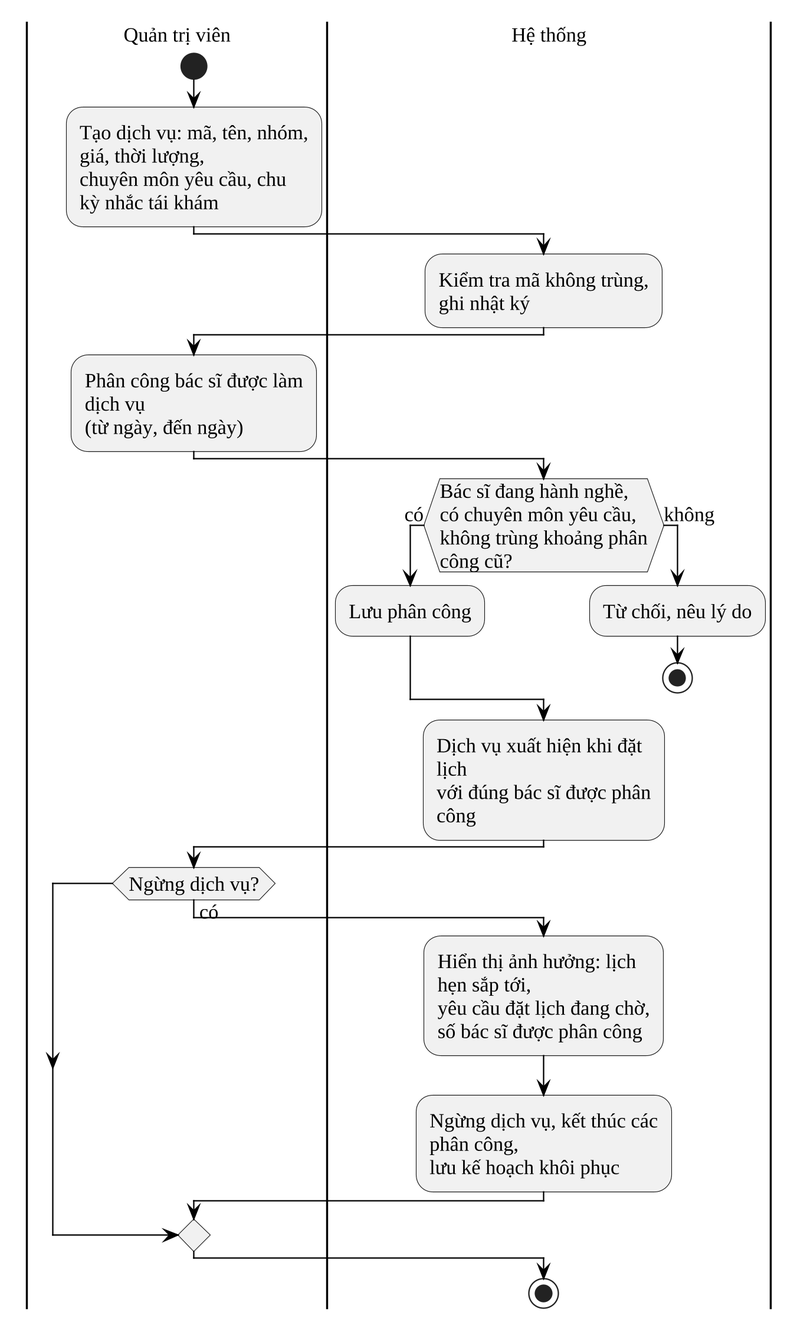
Above: docs/10_Thesis/bao-cao/hinh/3-27-hoat-dong-danh-muc.png in Trantuan0310/dental-clinic-nestjs-react (PlantUML), before the change. Source of this version:
```plantuml
@startuml
!include _kieu.iuml
|Quản trị viên|
start
:Tạo dịch vụ: mã, tên, nhóm, giá, thời lượng,\nchuyên môn yêu cầu, chu kỳ nhắc tái khám;
|Hệ thống|
:Kiểm tra mã không trùng, ghi nhật ký;
|Quản trị viên|
:Phân công bác sĩ được làm dịch vụ\n(từ ngày, đến ngày);
|Hệ thống|
if (Bác sĩ đang hành nghề,\ncó chuyên môn yêu cầu,\nkhông trùng khoảng phân công cũ?) then (có)
  :Lưu phân công;
else (không)
  :Từ chối, nêu lý do;
  stop
endif
:Dịch vụ xuất hiện khi đặt lịch\nvới đúng bác sĩ được phân công;
|Quản trị viên|
if (Ngừng dịch vụ?) then (có)
  |Hệ thống|
  :Hiển thị ảnh hưởng: lịch hẹn sắp tới,\nyêu cầu đặt lịch đang chờ, số bác sĩ được phân công;
  :Ngừng dịch vụ, kết thúc các phân công,\nlưu kế hoạch khôi phục;
endif
stop
@enduml
```
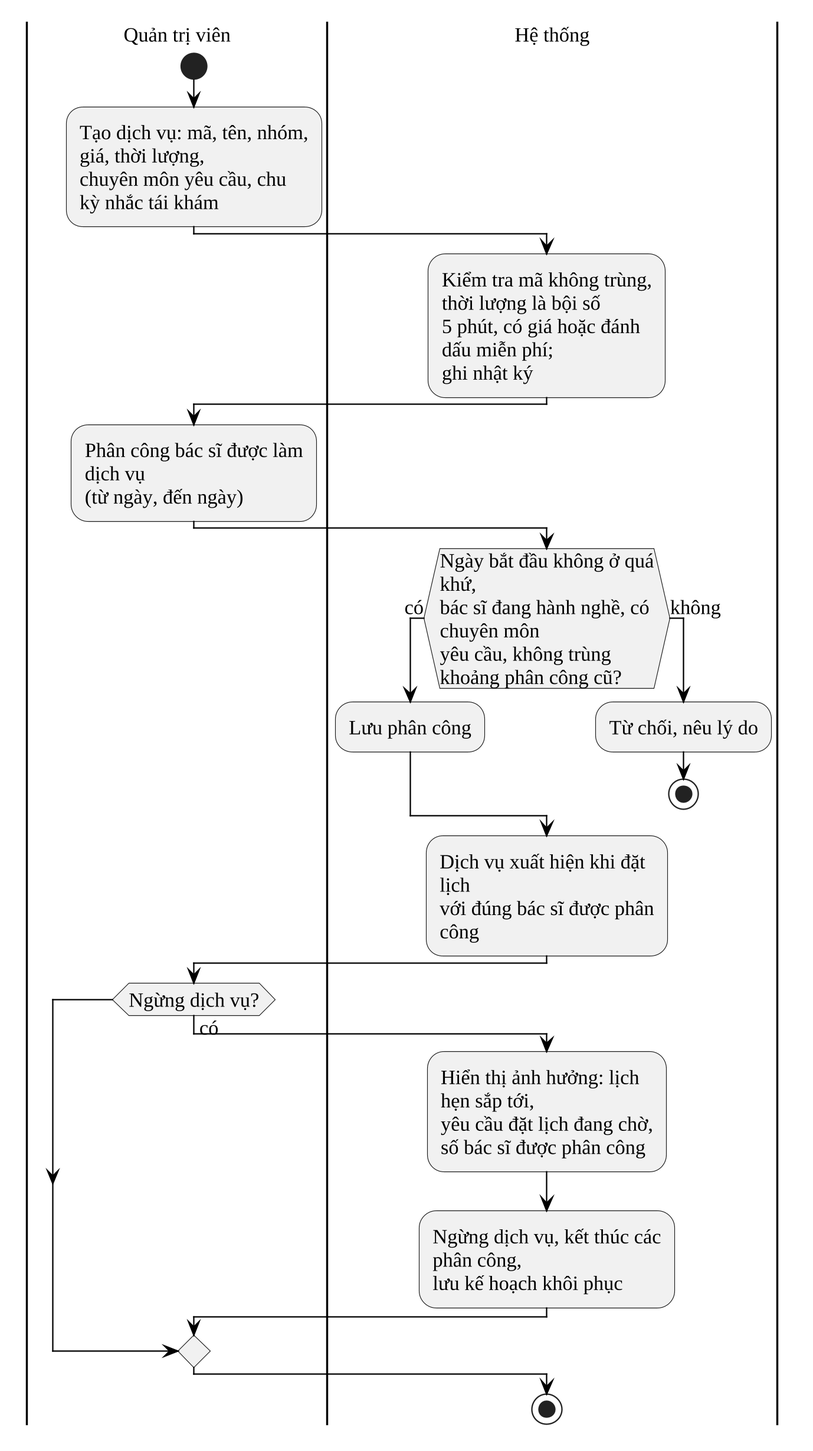
After the commit.

Commit message:
docs(thesis): bổ sung ràng buộc danh mục và loại thông báo theo đúng mã

What changed in the source:
```diff
@@ -4,11 +4,11 @@
 start
 :Tạo dịch vụ: mã, tên, nhóm, giá, thời lượng,\nchuyên môn yêu cầu, chu kỳ nhắc tái khám;
 |Hệ thống|
-:Kiểm tra mã không trùng, ghi nhật ký;
+:Kiểm tra mã không trùng, thời lượng là bội số\n5 phút, có giá hoặc đánh dấu miễn phí;\nghi nhật ký;
 |Quản trị viên|
 :Phân công bác sĩ được làm dịch vụ\n(từ ngày, đến ngày);
 |Hệ thống|
-if (Bác sĩ đang hành nghề,\ncó chuyên môn yêu cầu,\nkhông trùng khoảng phân công cũ?) then (có)
+if (Ngày bắt đầu không ở quá khứ,\nbác sĩ đang hành nghề, có chuyên môn\nyêu cầu, không trùng khoảng phân công cũ?) then (có)
   :Lưu phân công;
 else (không)
   :Từ chối, nêu lý do;
```
